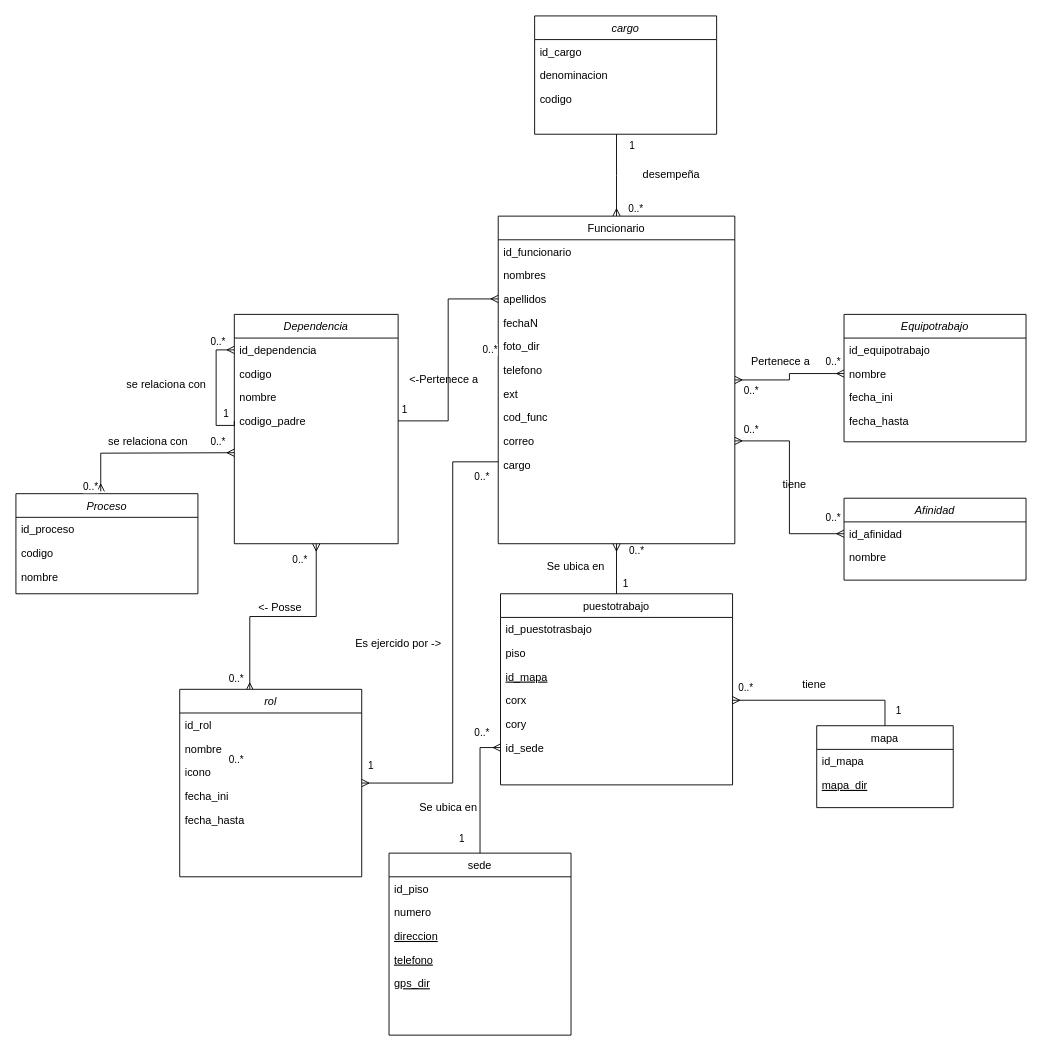
Before: Conecta/src/main/resources/images/conecta.drawio in capir99/conectaSHD, a draw.io diagram. Source tidied: cells renumbered, new cells numbered last; positions are measured from the earlier drawing's top-left corner, leaving out a move shared by most shapes. Both pictures are drawn from the tidied source at 91%, with x=0, y=0 at pixel (15, 15).
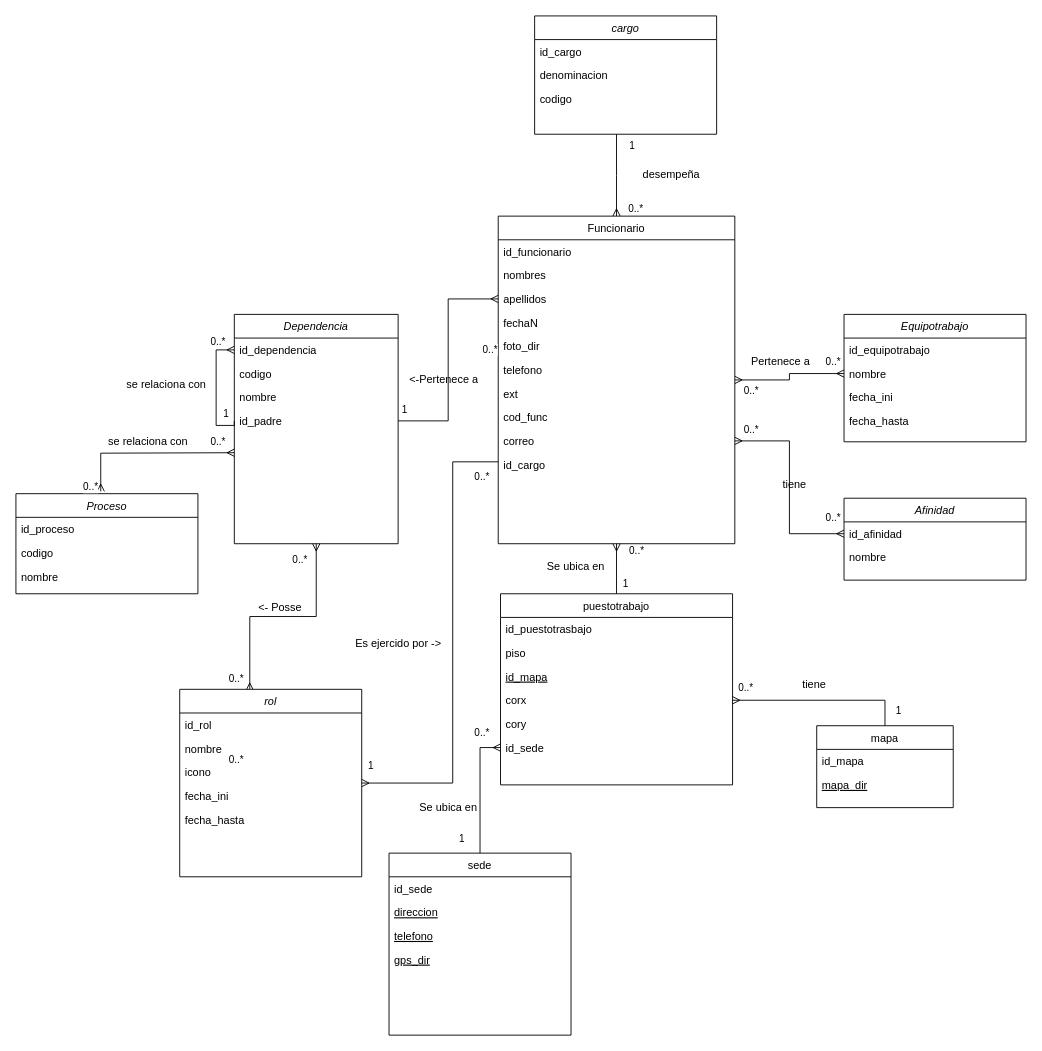
The same page after the edit.

The change refers to these unchanged cells:
```xml
<mxCell id="3" value="Dependencia" style="swimlane;fontStyle=2;align=center;verticalAlign=top;horizontal=1;startSize=26;rounded=0;shadow=0;strokeWidth=1;" parent="1" vertex="1">
  <mxGeometry x="240" y="328" width="180" height="252" as="geometry" />
</mxCell>
<mxCell id="20" value="Funcionario" style="swimlane;fontStyle=0;align=center;verticalAlign=top;horizontal=1;startSize=26;rounded=0;shadow=0;strokeWidth=1;" parent="1" vertex="1">
  <mxGeometry x="530" y="220" width="260" height="360" as="geometry" />
</mxCell>
<mxCell id="33" value="sede" style="swimlane;fontStyle=0;align=center;verticalAlign=top;horizontal=1;startSize=26;rounded=0;shadow=0;strokeWidth=1;" parent="1" vertex="1">
  <mxGeometry x="410" y="920" width="200" height="200" as="geometry" />
</mxCell>
```

Diff of the diagram source:
```diff
@@
-    <mxCell id="9" value="codigo_padre" style="text;align=left;verticalAlign=top;spacingLeft=4;spacingRight=4;overflow=hidden;points=[[0,0.5],[1,0.5]];portConstraint=eastwest;rounded=0;shadow=0;html=0;" parent="3" vertex="1">
+    <mxCell id="9" value="id_padre" style="text;align=left;verticalAlign=top;spacingLeft=4;spacingRight=4;overflow=hidden;points=[[0,0.5],[1,0.5]];portConstraint=eastwest;rounded=0;shadow=0;html=0;" parent="3" vertex="1">
       <mxGeometry y="104" width="180" height="26" as="geometry" />
     </mxCell>
@@
-    <mxCell id="30" value="cargo" style="text;align=left;verticalAlign=top;spacingLeft=4;spacingRight=4;overflow=hidden;" parent="20" vertex="1">
+    <mxCell id="30" value="id_cargo" style="text;align=left;verticalAlign=top;spacingLeft=4;spacingRight=4;overflow=hidden;" parent="20" vertex="1">
       <mxGeometry y="260" width="260" height="26" as="geometry" />
     </mxCell>
@@
-    <mxCell id="34" value="id_piso" style="text;align=left;verticalAlign=top;spacingLeft=4;spacingRight=4;overflow=hidden;" parent="33" vertex="1">
+    <mxCell id="34" value="id_sede" style="text;align=left;verticalAlign=top;spacingLeft=4;spacingRight=4;overflow=hidden;" parent="33" vertex="1">
       <mxGeometry y="26" width="200" height="26" as="geometry" />
     </mxCell>
-    <mxCell id="35" value="numero" style="text;align=left;verticalAlign=top;spacingLeft=4;spacingRight=4;overflow=hidden;rounded=0;shadow=0;html=0;" parent="33" vertex="1">
-      <mxGeometry y="52" width="200" height="26" as="geometry" />
-    </mxCell>
     <mxCell id="36" value="direccion" style="text;align=left;verticalAlign=top;spacingLeft=4;spacingRight=4;overflow=hidden;fontStyle=4;" parent="33" vertex="1">
-      <mxGeometry y="78" width="200" height="26" as="geometry" />
+      <mxGeometry y="52" width="200" height="26" as="geometry" />
     </mxCell>
     <mxCell id="37" value="telefono" style="text;align=left;verticalAlign=top;spacingLeft=4;spacingRight=4;overflow=hidden;fontStyle=4;" parent="33" vertex="1">
-      <mxGeometry y="104" width="200" height="26" as="geometry" />
+      <mxGeometry y="78" width="200" height="26" as="geometry" />
     </mxCell>
     <mxCell id="38" value="gps_dir" style="text;align=left;verticalAlign=top;spacingLeft=4;spacingRight=4;overflow=hidden;fontStyle=4;" parent="33" vertex="1">
-      <mxGeometry y="130" width="200" height="26" as="geometry" />
+      <mxGeometry y="104" width="200" height="26" as="geometry" />
     </mxCell>
```
